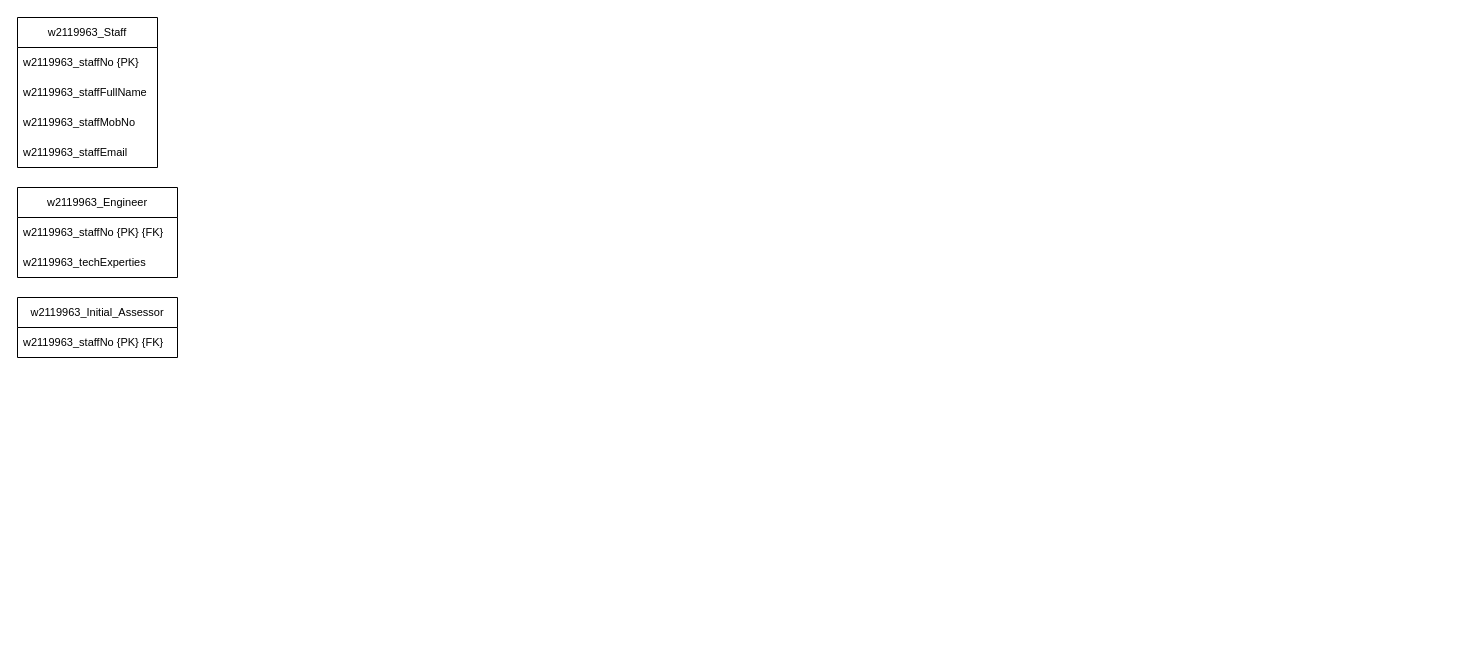
Before: page "Entity_List" (1 of 2) of DB_CW_Part_B_Logical_EERD.drawio in Anuja-jayasinghe/DrawIo_Projects, a draw.io diagram. Source tidied: cells renumbered, new cells numbered last; positions are measured from the earlier drawing's top-left corner, leaving out a move shared by most shapes. Both pictures are drawn from the tidied source at 100%, with x=0, y=0 at pixel (17, 17).
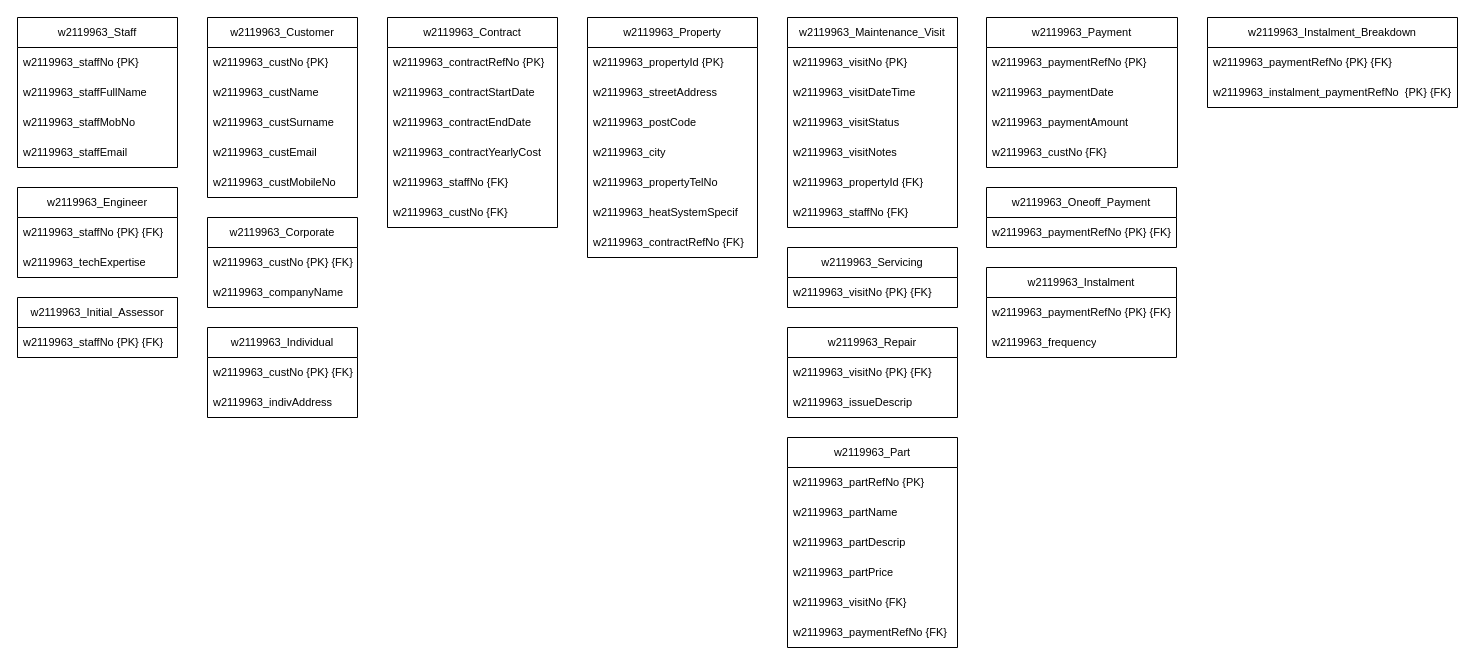
The same page after the edit.

Unchanged cells that the change refers to:
```xml
<mxCell id="7" value="w2119963_Engineer" style="swimlane;fontStyle=0;horizontal=1;startSize=30;whiteSpace=wrap;html=1;fontSize=11;" parent="1" vertex="1">
  <mxGeometry y="170" width="160" height="90" as="geometry" />
</mxCell>
```

Change to the diagram source:
```diff
@@
     <mxCell id="2" value="w2119963_Staff" style="swimlane;fontStyle=0;horizontal=1;startSize=30;whiteSpace=wrap;html=1;fontSize=11;" parent="1" vertex="1">
-      <mxGeometry width="140" height="150" as="geometry" />
+      <mxGeometry width="160" height="150" as="geometry" />
     </mxCell>
     <mxCell id="3" value="&lt;span style=&quot;text-align: center;&quot;&gt;w2119963_staffNo {PK}&lt;/span&gt;" style="text;strokeColor=none;fillColor=none;align=left;verticalAlign=middle;spacingLeft=4;spacingRight=4;overflow=hidden;whiteSpace=wrap;html=1;fontSize=11;" parent="2" vertex="1">
-      <mxGeometry y="30" width="140" height="30" as="geometry" />
+      <mxGeometry y="30" width="160" height="30" as="geometry" />
     </mxCell>
     <mxCell id="4" value="&lt;span style=&quot;text-align: center;&quot;&gt;w2119963_staffFullName&lt;/span&gt;" style="text;strokeColor=none;fillColor=none;align=left;verticalAlign=middle;spacingLeft=4;spacingRight=4;overflow=hidden;whiteSpace=wrap;html=1;fontSize=11;" parent="2" vertex="1">
-      <mxGeometry y="60" width="140" height="30" as="geometry" />
+      <mxGeometry y="60" width="160" height="30" as="geometry" />
     </mxCell>
     <mxCell id="5" value="&lt;span style=&quot;text-align: center;&quot;&gt;w2119963_staffMobNo&lt;/span&gt;" style="text;strokeColor=none;fillColor=none;align=left;verticalAlign=middle;spacingLeft=4;spacingRight=4;overflow=hidden;whiteSpace=wrap;html=1;fontSize=11;" parent="2" vertex="1">
-      <mxGeometry y="90" width="140" height="30" as="geometry" />
+      <mxGeometry y="90" width="160" height="30" as="geometry" />
     </mxCell>
     <mxCell id="6" value="&lt;span style=&quot;text-align: center;&quot;&gt;w2119963_staffEmail&lt;/span&gt;" style="text;strokeColor=none;fillColor=none;align=left;verticalAlign=middle;spacingLeft=4;spacingRight=4;overflow=hidden;whiteSpace=wrap;html=1;fontSize=11;" parent="2" vertex="1">
-      <mxGeometry y="120" width="140" height="30" as="geometry" />
+      <mxGeometry y="120" width="160" height="30" as="geometry" />
     </mxCell>
@@
-    <mxCell id="9" value="&lt;span style=&quot;text-align: center;&quot;&gt;w2119963_techExperties&lt;/span&gt;" style="text;strokeColor=none;fillColor=none;align=left;verticalAlign=middle;spacingLeft=4;spacingRight=4;overflow=hidden;whiteSpace=wrap;html=1;fontSize=11;" parent="7" vertex="1">
+    <mxCell id="9" value="&lt;span style=&quot;text-align: center;&quot;&gt;w2119963_techExpertise&lt;/span&gt;" style="text;strokeColor=none;fillColor=none;align=left;verticalAlign=middle;spacingLeft=4;spacingRight=4;overflow=hidden;whiteSpace=wrap;html=1;fontSize=11;" parent="7" vertex="1">
       <mxGeometry y="60" width="160" height="30" as="geometry" />
     </mxCell>
@@
+    <mxCell id="12" value="w2119963_Customer" style="swimlane;fontStyle=0;horizontal=1;startSize=30;whiteSpace=wrap;html=1;fontSize=11;" parent="1" vertex="1">
+      <mxGeometry x="190" width="150" height="180" as="geometry" />
+    </mxCell>
+    <mxCell id="13" value="&lt;span style=&quot;text-align: center;&quot;&gt;w2119963_custNo {PK}&lt;/span&gt;" style="text;strokeColor=none;fillColor=none;align=left;verticalAlign=middle;spacingLeft=4;spacingRight=4;overflow=hidden;whiteSpace=wrap;html=1;fontSize=11;" parent="12" vertex="1">
+      <mxGeometry y="30" width="150" height="30" as="geometry" />
+    </mxCell>
+    <mxCell id="14" value="&lt;span style=&quot;text-align: center;&quot;&gt;w2119963_custName&lt;/span&gt;" style="text;strokeColor=none;fillColor=none;align=left;verticalAlign=middle;spacingLeft=4;spacingRight=4;overflow=hidden;whiteSpace=wrap;html=1;fontSize=11;" parent="12" vertex="1">
+      <mxGeometry y="60" width="150" height="30" as="geometry" />
+    </mxCell>
+    <mxCell id="15" value="&lt;span style=&quot;text-align: center;&quot;&gt;w2119963_custSurname&lt;/span&gt;" style="text;strokeColor=none;fillColor=none;align=left;verticalAlign=middle;spacingLeft=4;spacingRight=4;overflow=hidden;whiteSpace=wrap;html=1;fontSize=11;" parent="12" vertex="1">
+      <mxGeometry y="90" width="150" height="30" as="geometry" />
+    </mxCell>
+    <mxCell id="16" value="&lt;span style=&quot;text-align: center;&quot;&gt;w2119963_custEmail&lt;/span&gt;" style="text;strokeColor=none;fillColor=none;align=left;verticalAlign=middle;spacingLeft=4;spacingRight=4;overflow=hidden;whiteSpace=wrap;html=1;fontSize=11;" parent="12" vertex="1">
+      <mxGeometry y="120" width="150" height="30" as="geometry" />
+    </mxCell>
+    <mxCell id="17" value="&lt;span style=&quot;text-align: center;&quot;&gt;w2119963_custMobileNo&lt;/span&gt;" style="text;strokeColor=none;fillColor=none;align=left;verticalAlign=middle;spacingLeft=4;spacingRight=4;overflow=hidden;whiteSpace=wrap;html=1;fontSize=11;" parent="12" vertex="1">
+      <mxGeometry y="150" width="150" height="30" as="geometry" />
+    </mxCell>
+    <mxCell id="18" value="w2119963_Corporate" style="swimlane;fontStyle=0;horizontal=1;startSize=30;whiteSpace=wrap;html=1;fontSize=11;" parent="1" vertex="1">
+      <mxGeometry x="190" y="200" width="150" height="90" as="geometry" />
+    </mxCell>
+    <mxCell id="19" value="&lt;span style=&quot;text-align: center;&quot;&gt;w2119963_custNo {PK} {FK}&lt;/span&gt;" style="text;strokeColor=none;fillColor=none;align=left;verticalAlign=middle;spacingLeft=4;spacingRight=4;overflow=hidden;whiteSpace=wrap;html=1;fontSize=11;" parent="18" vertex="1">
+      <mxGeometry y="30" width="150" height="30" as="geometry" />
+    </mxCell>
+    <mxCell id="20" value="&lt;span style=&quot;text-align: center;&quot;&gt;w2119963_companyName&lt;/span&gt;" style="text;strokeColor=none;fillColor=none;align=left;verticalAlign=middle;spacingLeft=4;spacingRight=4;overflow=hidden;whiteSpace=wrap;html=1;fontSize=11;" parent="18" vertex="1">
+      <mxGeometry y="60" width="150" height="30" as="geometry" />
+    </mxCell>
+    <mxCell id="21" value="w2119963_Individual" style="swimlane;fontStyle=0;horizontal=1;startSize=30;whiteSpace=wrap;html=1;fontSize=11;" parent="1" vertex="1">
+      <mxGeometry x="190" y="310" width="150" height="90" as="geometry" />
+    </mxCell>
+    <mxCell id="22" value="&lt;span style=&quot;text-align: center;&quot;&gt;w2119963_custNo {PK} {FK}&lt;/span&gt;" style="text;strokeColor=none;fillColor=none;align=left;verticalAlign=middle;spacingLeft=4;spacingRight=4;overflow=hidden;whiteSpace=wrap;html=1;fontSize=11;" parent="21" vertex="1">
+      <mxGeometry y="30" width="150" height="30" as="geometry" />
+    </mxCell>
+    <mxCell id="23" value="&lt;span style=&quot;text-align: center;&quot;&gt;w2119963_indivAddress&lt;/span&gt;" style="text;strokeColor=none;fillColor=none;align=left;verticalAlign=middle;spacingLeft=4;spacingRight=4;overflow=hidden;whiteSpace=wrap;html=1;fontSize=11;" parent="21" vertex="1">
+      <mxGeometry y="60" width="150" height="30" as="geometry" />
+    </mxCell>
+    <mxCell id="24" value="w2119963_Contract" style="swimlane;fontStyle=0;horizontal=1;startSize=30;whiteSpace=wrap;html=1;fontSize=11;" parent="1" vertex="1">
+      <mxGeometry x="370" width="170" height="210" as="geometry" />
+    </mxCell>
+    <mxCell id="25" value="&lt;span style=&quot;text-align: center;&quot;&gt;w2119963_contractRefNo {PK}&lt;/span&gt;" style="text;strokeColor=none;fillColor=none;align=left;verticalAlign=middle;spacingLeft=4;spacingRight=4;overflow=hidden;whiteSpace=wrap;html=1;fontSize=11;" parent="24" vertex="1">
+      <mxGeometry y="30" width="170" height="30" as="geometry" />
+    </mxCell>
+    <mxCell id="26" value="&lt;span style=&quot;text-align: center;&quot;&gt;w2119963_contractStartDate&lt;/span&gt;" style="text;strokeColor=none;fillColor=none;align=left;verticalAlign=middle;spacingLeft=4;spacingRight=4;overflow=hidden;whiteSpace=wrap;html=1;fontSize=11;" parent="24" vertex="1">
+      <mxGeometry y="60" width="170" height="30" as="geometry" />
+    </mxCell>
+    <mxCell id="27" value="&lt;span style=&quot;text-align: center;&quot;&gt;w2119963_contractEndDate&lt;/span&gt;" style="text;strokeColor=none;fillColor=none;align=left;verticalAlign=middle;spacingLeft=4;spacingRight=4;overflow=hidden;whiteSpace=wrap;html=1;fontSize=11;" parent="24" vertex="1">
+      <mxGeometry y="90" width="170" height="30" as="geometry" />
+    </mxCell>
+    <mxCell id="28" value="&lt;span style=&quot;text-align: center;&quot;&gt;w2119963_contractYearlyCost&lt;/span&gt;" style="text;strokeColor=none;fillColor=none;align=left;verticalAlign=middle;spacingLeft=4;spacingRight=4;overflow=hidden;whiteSpace=wrap;html=1;fontSize=11;" parent="24" vertex="1">
+      <mxGeometry y="120" width="170" height="30" as="geometry" />
+    </mxCell>
+    <mxCell id="29" value="&lt;span style=&quot;text-align: center;&quot;&gt;w2119963_staffNo {FK}&lt;/span&gt;" style="text;strokeColor=none;fillColor=none;align=left;verticalAlign=middle;spacingLeft=4;spacingRight=4;overflow=hidden;whiteSpace=wrap;html=1;fontSize=11;" parent="24" vertex="1">
+      <mxGeometry y="150" width="170" height="30" as="geometry" />
+    </mxCell>
+    <mxCell id="30" value="&lt;span style=&quot;text-align: center;&quot;&gt;w2119963_custNo {FK}&lt;/span&gt;" style="text;strokeColor=none;fillColor=none;align=left;verticalAlign=middle;spacingLeft=4;spacingRight=4;overflow=hidden;whiteSpace=wrap;html=1;fontSize=11;" parent="24" vertex="1">
+      <mxGeometry y="180" width="170" height="30" as="geometry" />
+    </mxCell>
+    <mxCell id="31" value="w2119963_Property" style="swimlane;fontStyle=0;horizontal=1;startSize=30;whiteSpace=wrap;html=1;fontSize=11;" parent="1" vertex="1">
+      <mxGeometry x="570" width="170" height="240" as="geometry" />
+    </mxCell>
+    <mxCell id="32" value="&lt;span style=&quot;text-align: center;&quot;&gt;w2119963_&lt;/span&gt;propertyId&lt;span style=&quot;text-align: center;&quot;&gt;&amp;nbsp;{PK}&lt;/span&gt;" style="text;strokeColor=none;fillColor=none;align=left;verticalAlign=middle;spacingLeft=4;spacingRight=4;overflow=hidden;whiteSpace=wrap;html=1;fontSize=11;" parent="31" vertex="1">
+      <mxGeometry y="30" width="170" height="30" as="geometry" />
+    </mxCell>
+    <mxCell id="33" value="&lt;span style=&quot;text-align: center;&quot;&gt;w2119963_streetAddress&lt;/span&gt;" style="text;strokeColor=none;fillColor=none;align=left;verticalAlign=middle;spacingLeft=4;spacingRight=4;overflow=hidden;whiteSpace=wrap;html=1;fontSize=11;" parent="31" vertex="1">
+      <mxGeometry y="60" width="170" height="30" as="geometry" />
+    </mxCell>
+    <mxCell id="34" value="&lt;span style=&quot;text-align: center;&quot;&gt;w2119963_postCode&lt;/span&gt;" style="text;strokeColor=none;fillColor=none;align=left;verticalAlign=middle;spacingLeft=4;spacingRight=4;overflow=hidden;whiteSpace=wrap;html=1;fontSize=11;" parent="31" vertex="1">
+      <mxGeometry y="90" width="170" height="30" as="geometry" />
+    </mxCell>
+    <mxCell id="35" value="&lt;span style=&quot;text-align: center;&quot;&gt;w2119963_city&lt;/span&gt;" style="text;strokeColor=none;fillColor=none;align=left;verticalAlign=middle;spacingLeft=4;spacingRight=4;overflow=hidden;whiteSpace=wrap;html=1;fontSize=11;" parent="31" vertex="1">
+      <mxGeometry y="120" width="170" height="30" as="geometry" />
+    </mxCell>
+    <mxCell id="36" value="&lt;span style=&quot;text-align: center;&quot;&gt;w2119963_propertyTelNo&lt;/span&gt;" style="text;strokeColor=none;fillColor=none;align=left;verticalAlign=middle;spacingLeft=4;spacingRight=4;overflow=hidden;whiteSpace=wrap;html=1;fontSize=11;" parent="31" vertex="1">
+      <mxGeometry y="150" width="170" height="30" as="geometry" />
+    </mxCell>
+    <mxCell id="37" value="&lt;span style=&quot;text-align: center;&quot;&gt;w2119963_heatSystemSpecif&lt;/span&gt;" style="text;strokeColor=none;fillColor=none;align=left;verticalAlign=middle;spacingLeft=4;spacingRight=4;overflow=hidden;whiteSpace=wrap;html=1;fontSize=11;" parent="31" vertex="1">
+      <mxGeometry y="180" width="170" height="30" as="geometry" />
+    </mxCell>
+    <mxCell id="38" value="&lt;span style=&quot;text-align: center;&quot;&gt;w2119963_contractRefNo {FK}&lt;/span&gt;" style="text;strokeColor=none;fillColor=none;align=left;verticalAlign=middle;spacingLeft=4;spacingRight=4;overflow=hidden;whiteSpace=wrap;html=1;fontSize=11;" parent="31" vertex="1">
+      <mxGeometry y="210" width="170" height="30" as="geometry" />
+    </mxCell>
+    <mxCell id="39" value="w2119963_Maintenance_Visit" style="swimlane;fontStyle=0;horizontal=1;startSize=30;whiteSpace=wrap;html=1;fontSize=11;" parent="1" vertex="1">
+      <mxGeometry x="770" width="170" height="210" as="geometry" />
+    </mxCell>
+    <mxCell id="40" value="&lt;span style=&quot;text-align: center;&quot;&gt;w2119963_visitNo {PK}&lt;/span&gt;" style="text;strokeColor=none;fillColor=none;align=left;verticalAlign=middle;spacingLeft=4;spacingRight=4;overflow=hidden;whiteSpace=wrap;html=1;fontSize=11;" parent="39" vertex="1">
+      <mxGeometry y="30" width="170" height="30" as="geometry" />
+    </mxCell>
+    <mxCell id="41" value="&lt;span style=&quot;text-align: center;&quot;&gt;w2119963_visitDateTime&lt;/span&gt;" style="text;strokeColor=none;fillColor=none;align=left;verticalAlign=middle;spacingLeft=4;spacingRight=4;overflow=hidden;whiteSpace=wrap;html=1;fontSize=11;" parent="39" vertex="1">
+      <mxGeometry y="60" width="170" height="30" as="geometry" />
+    </mxCell>
+    <mxCell id="42" value="&lt;span style=&quot;text-align: center;&quot;&gt;w2119963_visitStatus&lt;/span&gt;" style="text;strokeColor=none;fillColor=none;align=left;verticalAlign=middle;spacingLeft=4;spacingRight=4;overflow=hidden;whiteSpace=wrap;html=1;fontSize=11;" parent="39" vertex="1">
+      <mxGeometry y="90" width="170" height="30" as="geometry" />
+    </mxCell>
+    <mxCell id="43" value="&lt;span style=&quot;text-align: center;&quot;&gt;w2119963_visitNotes&lt;/span&gt;" style="text;strokeColor=none;fillColor=none;align=left;verticalAlign=middle;spacingLeft=4;spacingRight=4;overflow=hidden;whiteSpace=wrap;html=1;fontSize=11;" parent="39" vertex="1">
+      <mxGeometry y="120" width="170" height="30" as="geometry" />
+    </mxCell>
+    <mxCell id="44" value="&lt;span style=&quot;text-align: center;&quot;&gt;w2119963_&lt;/span&gt;propertyId&lt;span style=&quot;text-align: center;&quot;&gt;&amp;nbsp;{FK}&lt;/span&gt;" style="text;strokeColor=none;fillColor=none;align=left;verticalAlign=middle;spacingLeft=4;spacingRight=4;overflow=hidden;whiteSpace=wrap;html=1;fontSize=11;" parent="39" vertex="1">
+      <mxGeometry y="150" width="170" height="30" as="geometry" />
+    </mxCell>
+    <mxCell id="45" value="&lt;span style=&quot;text-align: center;&quot;&gt;w2119963_staffNo {FK}&lt;/span&gt;" style="text;strokeColor=none;fillColor=none;align=left;verticalAlign=middle;spacingLeft=4;spacingRight=4;overflow=hidden;whiteSpace=wrap;html=1;fontSize=11;" parent="39" vertex="1">
+      <mxGeometry y="180" width="170" height="30" as="geometry" />
+    </mxCell>
+    <mxCell id="46" value="w2119963_Servicing" style="swimlane;fontStyle=0;horizontal=1;startSize=30;whiteSpace=wrap;html=1;fontSize=11;" parent="1" vertex="1">
+      <mxGeometry x="770" y="230" width="170" height="60" as="geometry" />
+    </mxCell>
+    <mxCell id="47" value="&lt;span style=&quot;text-align: center;&quot;&gt;w2119963_visitNo {PK} {FK}&lt;/span&gt;" style="text;strokeColor=none;fillColor=none;align=left;verticalAlign=middle;spacingLeft=4;spacingRight=4;overflow=hidden;whiteSpace=wrap;html=1;fontSize=11;" parent="46" vertex="1">
+      <mxGeometry y="30" width="170" height="30" as="geometry" />
+    </mxCell>
+    <mxCell id="48" value="w2119963_Repair" style="swimlane;fontStyle=0;horizontal=1;startSize=30;whiteSpace=wrap;html=1;fontSize=11;" parent="1" vertex="1">
+      <mxGeometry x="770" y="310" width="170" height="90" as="geometry" />
+    </mxCell>
+    <mxCell id="49" value="&lt;span style=&quot;text-align: center;&quot;&gt;w2119963_visitNo {PK} {FK}&lt;/span&gt;" style="text;strokeColor=none;fillColor=none;align=left;verticalAlign=middle;spacingLeft=4;spacingRight=4;overflow=hidden;whiteSpace=wrap;html=1;fontSize=11;" parent="48" vertex="1">
+      <mxGeometry y="30" width="170" height="30" as="geometry" />
+    </mxCell>
+    <mxCell id="50" value="&lt;span style=&quot;text-align: center;&quot;&gt;w2119963_issueDescrip&lt;/span&gt;" style="text;strokeColor=none;fillColor=none;align=left;verticalAlign=middle;spacingLeft=4;spacingRight=4;overflow=hidden;whiteSpace=wrap;html=1;fontSize=11;" parent="48" vertex="1">
+      <mxGeometry y="60" width="170" height="30" as="geometry" />
+    </mxCell>
+    <mxCell id="51" value="w2119963_Part" style="swimlane;fontStyle=0;horizontal=1;startSize=30;whiteSpace=wrap;html=1;fontSize=11;" parent="1" vertex="1">
+      <mxGeometry x="770" y="420" width="170" height="210" as="geometry" />
+    </mxCell>
+    <mxCell id="52" value="&lt;span style=&quot;text-align: center;&quot;&gt;w2119963_partRefNo {PK}&lt;/span&gt;" style="text;strokeColor=none;fillColor=none;align=left;verticalAlign=middle;spacingLeft=4;spacingRight=4;overflow=hidden;whiteSpace=wrap;html=1;fontSize=11;" parent="51" vertex="1">
+      <mxGeometry y="30" width="170" height="30" as="geometry" />
+    </mxCell>
+    <mxCell id="53" value="&lt;span style=&quot;text-align: center;&quot;&gt;w2119963_partName&lt;/span&gt;" style="text;strokeColor=none;fillColor=none;align=left;verticalAlign=middle;spacingLeft=4;spacingRight=4;overflow=hidden;whiteSpace=wrap;html=1;fontSize=11;" parent="51" vertex="1">
+      <mxGeometry y="60" width="170" height="30" as="geometry" />
+    </mxCell>
+    <mxCell id="54" value="&lt;span style=&quot;text-align: center;&quot;&gt;w2119963_partDescrip&lt;/span&gt;" style="text;strokeColor=none;fillColor=none;align=left;verticalAlign=middle;spacingLeft=4;spacingRight=4;overflow=hidden;whiteSpace=wrap;html=1;fontSize=11;" parent="51" vertex="1">
+      <mxGeometry y="90" width="170" height="30" as="geometry" />
+    </mxCell>
+    <mxCell id="55" value="&lt;span style=&quot;text-align: center;&quot;&gt;w2119963_partPrice&lt;/span&gt;" style="text;strokeColor=none;fillColor=none;align=left;verticalAlign=middle;spacingLeft=4;spacingRight=4;overflow=hidden;whiteSpace=wrap;html=1;fontSize=11;" parent="51" vertex="1">
+      <mxGeometry y="120" width="170" height="30" as="geometry" />
+    </mxCell>
+    <mxCell id="56" value="&lt;span style=&quot;text-align: center;&quot;&gt;w2119963_visitNo {FK}&lt;/span&gt;" style="text;strokeColor=none;fillColor=none;align=left;verticalAlign=middle;spacingLeft=4;spacingRight=4;overflow=hidden;whiteSpace=wrap;html=1;fontSize=11;" parent="51" vertex="1">
+      <mxGeometry y="150" width="170" height="30" as="geometry" />
+    </mxCell>
+    <mxCell id="57" value="&lt;span style=&quot;text-align: center;&quot;&gt;w2119963_paymentRefNo {FK}&lt;/span&gt;" style="text;strokeColor=none;fillColor=none;align=left;verticalAlign=middle;spacingLeft=4;spacingRight=4;overflow=hidden;whiteSpace=wrap;html=1;fontSize=11;" parent="51" vertex="1">
+      <mxGeometry y="180" width="170" height="30" as="geometry" />
+    </mxCell>
+    <mxCell id="58" value="w2119963_Payment" style="swimlane;fontStyle=0;horizontal=1;startSize=30;whiteSpace=wrap;html=1;fontSize=11;" parent="1" vertex="1">
+      <mxGeometry x="969" width="191" height="150" as="geometry" />
+    </mxCell>
+    <mxCell id="59" value="&lt;span style=&quot;text-align: center;&quot;&gt;w2119963_paymentRefNo {PK}&lt;/span&gt;" style="text;strokeColor=none;fillColor=none;align=left;verticalAlign=middle;spacingLeft=4;spacingRight=4;overflow=hidden;whiteSpace=wrap;html=1;fontSize=11;" parent="58" vertex="1">
+      <mxGeometry y="30" width="191" height="30" as="geometry" />
+    </mxCell>
+    <mxCell id="60" value="&lt;span style=&quot;text-align: center;&quot;&gt;w2119963_paymentDate&lt;/span&gt;" style="text;strokeColor=none;fillColor=none;align=left;verticalAlign=middle;spacingLeft=4;spacingRight=4;overflow=hidden;whiteSpace=wrap;html=1;fontSize=11;" parent="58" vertex="1">
+      <mxGeometry y="60" width="191" height="30" as="geometry" />
+    </mxCell>
+    <mxCell id="61" value="&lt;span style=&quot;text-align: center;&quot;&gt;w2119963_paymentAmount&lt;/span&gt;" style="text;strokeColor=none;fillColor=none;align=left;verticalAlign=middle;spacingLeft=4;spacingRight=4;overflow=hidden;whiteSpace=wrap;html=1;fontSize=11;" parent="58" vertex="1">
+      <mxGeometry y="90" width="191" height="30" as="geometry" />
+    </mxCell>
+    <mxCell id="62" value="&lt;span style=&quot;text-align: center;&quot;&gt;w2119963_custNo {FK}&lt;/span&gt;" style="text;strokeColor=none;fillColor=none;align=left;verticalAlign=middle;spacingLeft=4;spacingRight=4;overflow=hidden;whiteSpace=wrap;html=1;fontSize=11;" parent="58" vertex="1">
+      <mxGeometry y="120" width="191" height="30" as="geometry" />
+    </mxCell>
+    <mxCell id="63" value="w2119963_Oneoff_Payment" style="swimlane;fontStyle=0;horizontal=1;startSize=30;whiteSpace=wrap;html=1;fontSize=11;" parent="1" vertex="1">
+      <mxGeometry x="969" y="170" width="190" height="60" as="geometry" />
+    </mxCell>
+    <mxCell id="64" value="&lt;span style=&quot;text-align: center;&quot;&gt;w2119963_paymentRefNo {PK} {FK}&lt;/span&gt;" style="text;strokeColor=none;fillColor=none;align=left;verticalAlign=middle;spacingLeft=4;spacingRight=4;overflow=hidden;whiteSpace=wrap;html=1;fontSize=11;" parent="63" vertex="1">
+      <mxGeometry y="30" width="190" height="30" as="geometry" />
+    </mxCell>
+    <mxCell id="65" value="w2119963_Instalment" style="swimlane;fontStyle=0;horizontal=1;startSize=30;whiteSpace=wrap;html=1;fontSize=11;" parent="1" vertex="1">
+      <mxGeometry x="969" y="250" width="190" height="90" as="geometry" />
+    </mxCell>
+    <mxCell id="66" value="&lt;span style=&quot;text-align: center;&quot;&gt;w2119963_paymentRefNo {PK} {FK}&lt;/span&gt;" style="text;strokeColor=none;fillColor=none;align=left;verticalAlign=middle;spacingLeft=4;spacingRight=4;overflow=hidden;whiteSpace=wrap;html=1;fontSize=11;" parent="65" vertex="1">
+      <mxGeometry y="30" width="190" height="30" as="geometry" />
+    </mxCell>
+    <mxCell id="67" value="&lt;span style=&quot;text-align: center;&quot;&gt;w2119963_frequency&lt;/span&gt;" style="text;strokeColor=none;fillColor=none;align=left;verticalAlign=middle;spacingLeft=4;spacingRight=4;overflow=hidden;whiteSpace=wrap;html=1;fontSize=11;" parent="65" vertex="1">
+      <mxGeometry y="60" width="190" height="30" as="geometry" />
+    </mxCell>
+    <mxCell id="68" value="w2119963_Instalment_Breakdown" style="swimlane;fontStyle=0;horizontal=1;startSize=30;whiteSpace=wrap;html=1;fontSize=11;" parent="1" vertex="1">
+      <mxGeometry x="1190" width="250" height="90" as="geometry" />
+    </mxCell>
+    <mxCell id="69" value="w2119963_paymentRefNo {PK} {FK}" style="text;strokeColor=none;fillColor=none;align=left;verticalAlign=middle;spacingLeft=4;spacingRight=4;overflow=hidden;whiteSpace=wrap;html=1;fontSize=11;" parent="68" vertex="1">
+      <mxGeometry y="30" width="250" height="30" as="geometry" />
+    </mxCell>
+    <mxCell id="70" value="&lt;div style=&quot;text-align: center;&quot;&gt;&lt;span style=&quot;background-color: transparent;&quot;&gt;w2119963_instalment_paymentRefNo&amp;nbsp; {PK} {FK}&lt;/span&gt;&lt;/div&gt;" style="text;strokeColor=none;fillColor=none;align=left;verticalAlign=middle;spacingLeft=4;spacingRight=4;overflow=hidden;whiteSpace=wrap;html=1;fontSize=11;" parent="68" vertex="1">
+      <mxGeometry y="60" width="250" height="30" as="geometry" />
+    </mxCell>
```
